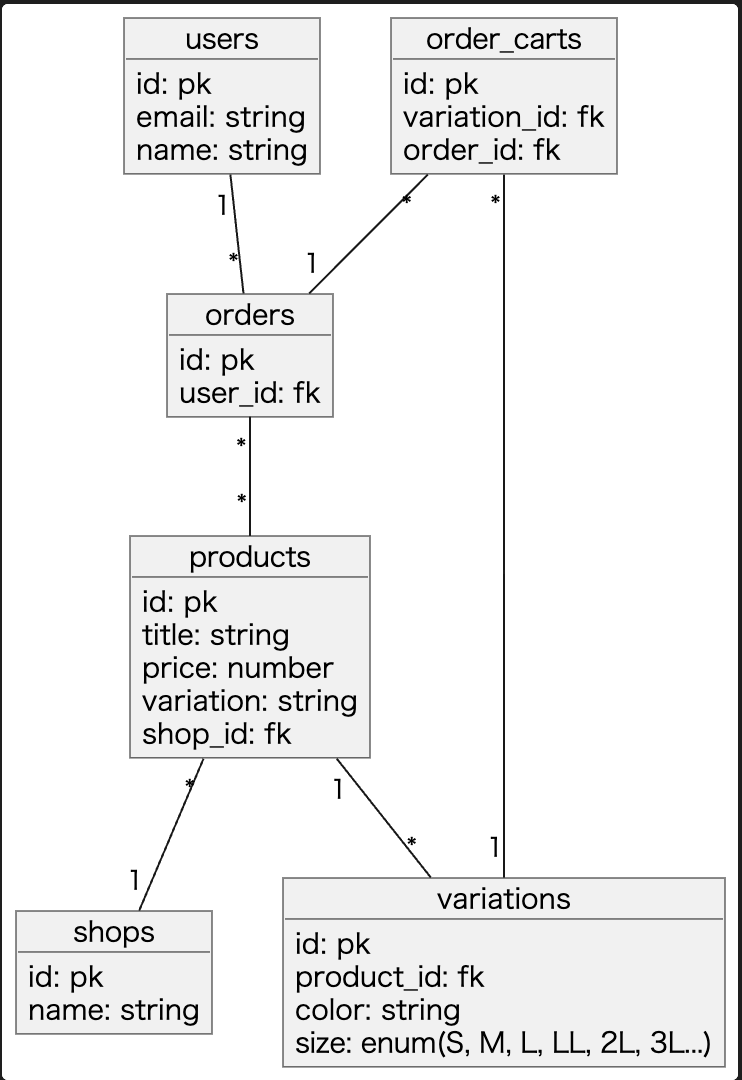
The PlantUML diagram docs/db_design.png in YuuseiMatsunaga/sixtypercent_test, before a commit. Its source is kept beside it as docs/db_design.pu.
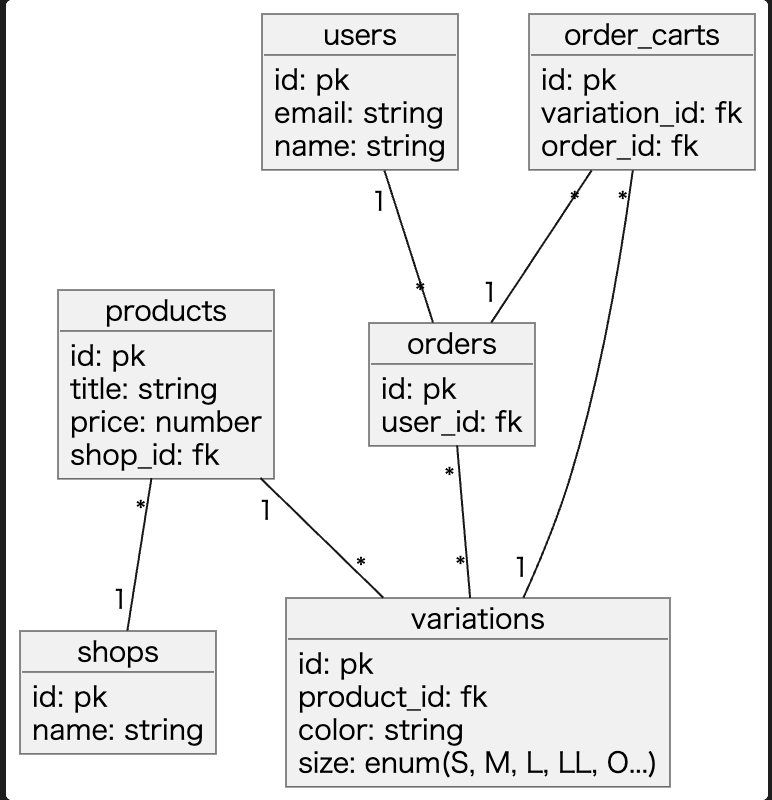
Above is the later version.

Diff of the diagram source:
```diff
@@ -3,7 +3,6 @@
     id: pk
     title: string
     price: number
-    variation: string
     shop_id: fk
 }
 
@@ -33,13 +32,13 @@
     id: pk
     product_id: fk
     color: string
-    size: enum(S, M, L, LL, 2L, 3L...)
+    size: enum(S, M, L, LL, O...)
 }
 
 products "*" -- "1" shops
 users "1" -- "*" orders
-orders "*" -- "*" products
 order_carts "*" -- "1" orders
 order_carts "*" -- "1" variations
 products "1" -- "*" variations
+orders "*" -- "*" variations
 @enduml
```
